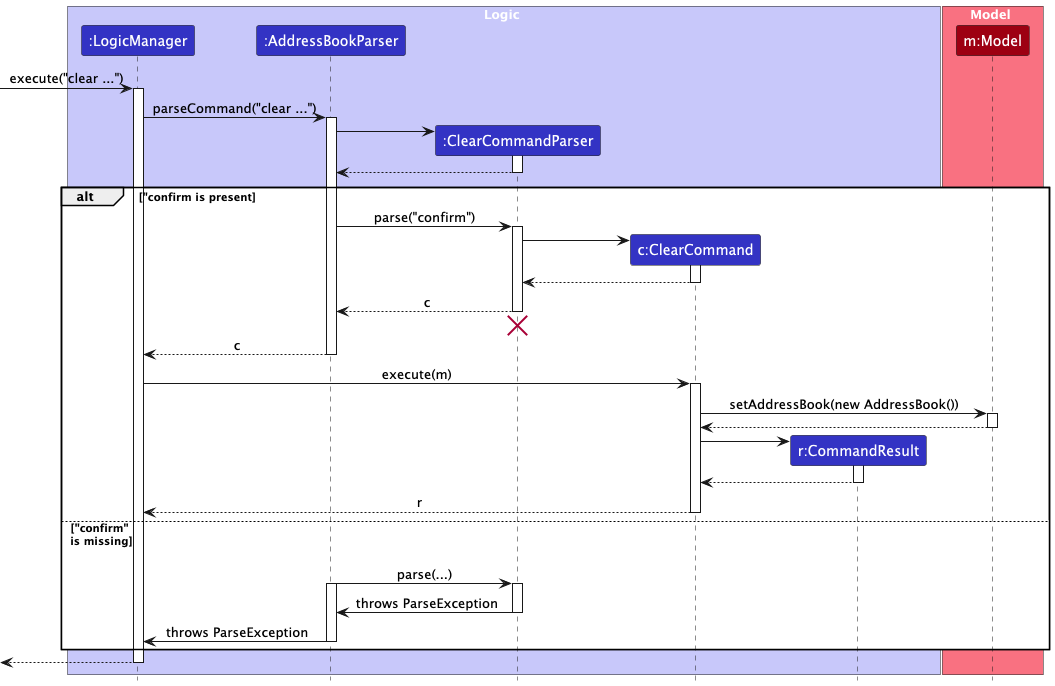
Before: docs/images/ClearConfirmSequenceDiagram.png, a diagram exported from PlantUML (nus-cs2103-AY2425S1/tp).
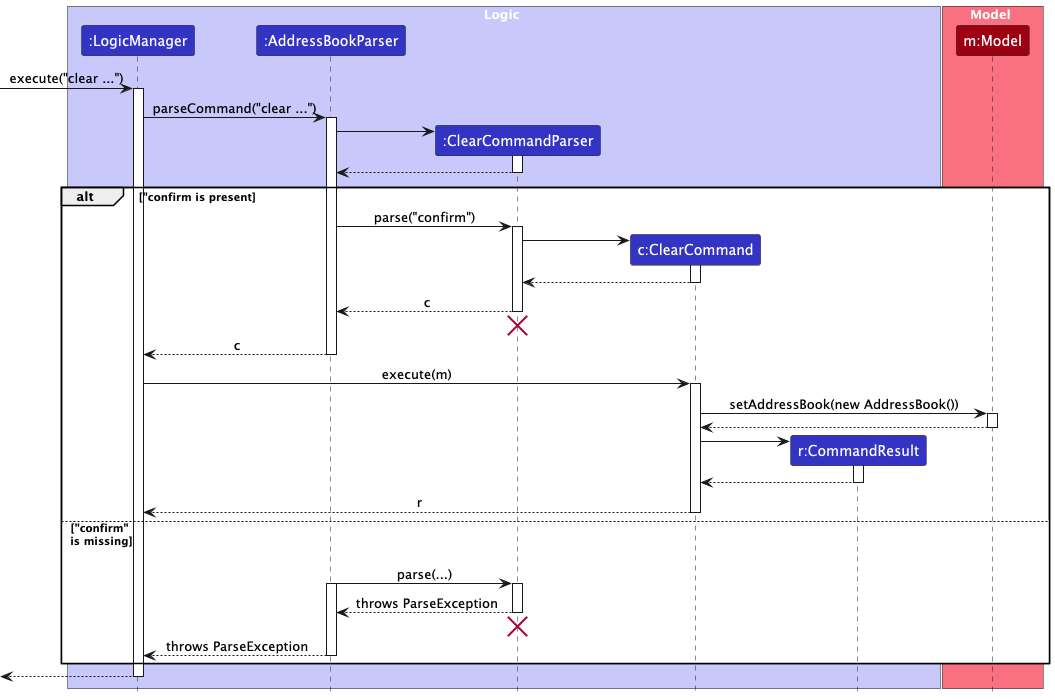
The same diagram one commit later.

Change to the diagram source:
```diff
@@ -68,9 +68,11 @@
     AddressBookParser -> ClearCommandParser : parse(...)
     activate AddressBookParser
     activate ClearCommandParser
-    ClearCommandParser -> AddressBookParser : throws ParseException
+    ClearCommandParser --> AddressBookParser : throws ParseException
     deactivate ClearCommandParser
-    AddressBookParser -> LogicManager : throws ParseException
+    ClearCommandParser -[hidden]-> AddressBookParser
+    destroy ClearCommandParser
+    AddressBookParser --> LogicManager : throws ParseException
     deactivate AddressBookParser
 end
 
```
